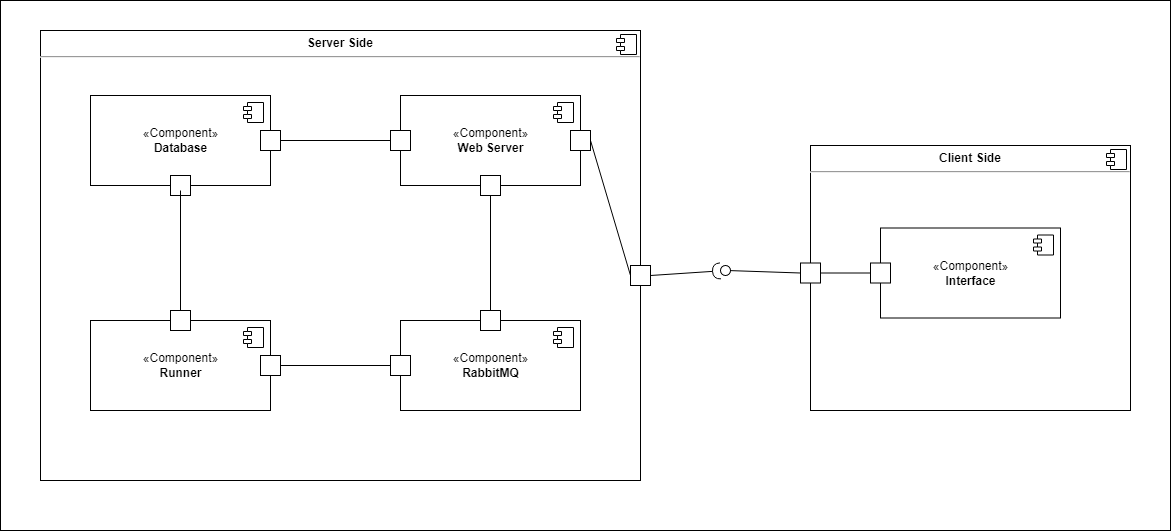
Before: resources/component.png, a diagram exported from draw.io (eshelukhina/HSE2022-MyHWProj). Source tidied: cells renumbered, new cells last; positions are measured from the earlier drawing's top-left corner, leaving out a move shared by most shapes.
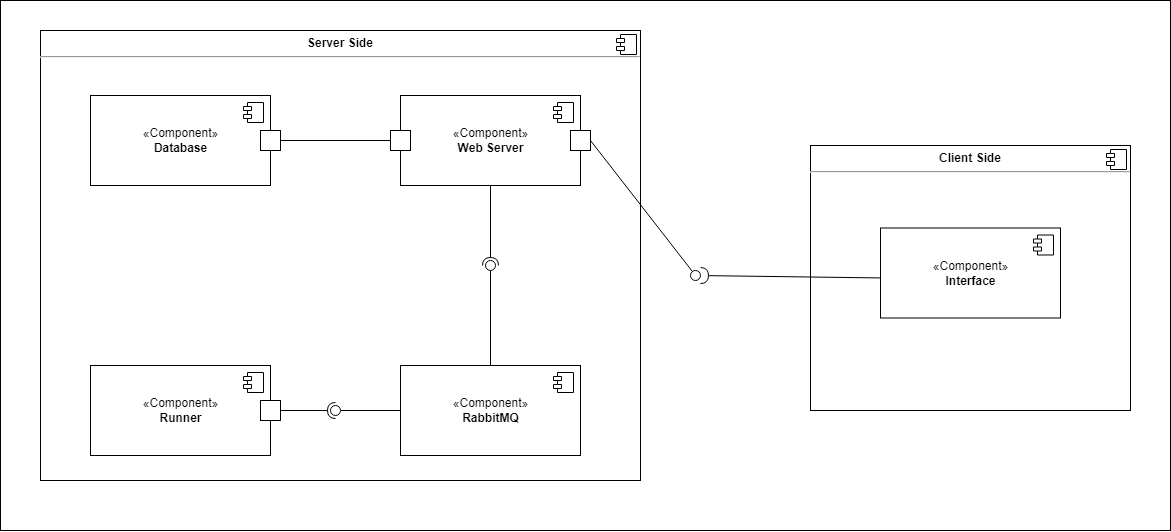
After the commit.

The edit, as a diff of the source:
```diff
@@ -5,137 +5,106 @@
     <mxCell id="2" style="rounded=0;whiteSpace=wrap;html=1;fontSize=34;" parent="1" vertex="1">
       <mxGeometry width="1170" height="530" as="geometry" />
     </mxCell>
-    <mxCell id="3" value="&lt;p style=&quot;margin:0px;margin-top:6px;text-align:center;&quot;&gt;&lt;b&gt;Client Side&lt;/b&gt;&lt;/p&gt;&lt;hr&gt;&lt;p style=&quot;margin:0px;margin-left:8px;&quot;&gt;&lt;br&gt;&lt;/p&gt;" style="align=left;overflow=fill;html=1;fontSize=12;" parent="1" vertex="1">
-      <mxGeometry x="810" y="145" width="320" height="265" as="geometry" />
+    <mxCell id="3" value="&lt;p style=&quot;margin:0px;margin-top:6px;text-align:center;&quot;&gt;&lt;b&gt;Server Side&lt;/b&gt;&lt;/p&gt;&lt;hr&gt;&lt;p style=&quot;margin:0px;margin-left:8px;&quot;&gt;&lt;br&gt;&lt;/p&gt;" style="align=left;overflow=fill;html=1;fontSize=12;" parent="1" vertex="1">
+      <mxGeometry x="40" y="30" width="600" height="450" as="geometry" />
     </mxCell>
     <mxCell id="4" style="shape=component;jettyWidth=8;jettyHeight=4;fontSize=12;" parent="3" vertex="1">
       <mxGeometry x="1" width="20" height="20" relative="1" as="geometry">
         <mxPoint x="-24" y="4" as="offset" />
       </mxGeometry>
     </mxCell>
-    <mxCell id="5" style="rounded=0;whiteSpace=wrap;html=1;fontSize=12;" parent="1" vertex="1">
-      <mxGeometry x="800" y="262.5" width="20" height="20" as="geometry" />
+    <mxCell id="5" value="&lt;p style=&quot;margin:0px;margin-top:6px;text-align:center;&quot;&gt;&lt;b&gt;Client Side&lt;/b&gt;&lt;/p&gt;&lt;hr&gt;&lt;p style=&quot;margin:0px;margin-left:8px;&quot;&gt;&lt;br&gt;&lt;/p&gt;" style="align=left;overflow=fill;html=1;fontSize=12;" parent="1" vertex="1">
+      <mxGeometry x="810" y="145" width="320" height="265" as="geometry" />
     </mxCell>
-    <mxCell id="6" style="rounded=0;jettySize=auto;html=1;endArrow=halfCircle;endFill=0;endSize=6;strokeWidth=1;sketch=0;fontSize=12;exitX=1;exitY=0.5;exitDx=0;exitDy=0;" parent="1" edge="1" source="30" target="21">
-      <mxGeometry relative="1" as="geometry" />
+    <mxCell id="6" style="shape=component;jettyWidth=8;jettyHeight=4;fontSize=12;" parent="5" vertex="1">
+      <mxGeometry x="1" width="20" height="20" relative="1" as="geometry">
+        <mxPoint x="-24" y="4" as="offset" />
+      </mxGeometry>
     </mxCell>
-    <mxCell id="7" style="rounded=0;jettySize=auto;html=1;endArrow=none;endFill=0;sketch=0;targetPerimeterSpacing=0;fontSize=12;exitX=0;exitY=0.5;exitDx=0;exitDy=0;startArrow=none;" parent="1" edge="1" source="21">
-      <mxGeometry relative="1" as="geometry">
-        <mxPoint x="730" y="270" as="targetPoint" />
-      </mxGeometry>
+    <mxCell id="7" value="«Component»&lt;br&gt;&lt;b&gt;Runner&lt;/b&gt;" style="html=1;fontSize=12;" parent="1" vertex="1">
+      <mxGeometry x="90" y="365" width="180" height="90" as="geometry" />
     </mxCell>
-    <mxCell id="8" style="whiteSpace=wrap;html=1;" parent="1" vertex="1">
-      <mxGeometry x="280" y="260" width="30" height="30" as="geometry" />
+    <mxCell id="8" style="shape=module;jettyWidth=8;jettyHeight=4;fontSize=12;" parent="7" vertex="1">
+      <mxGeometry x="1" width="20" height="20" relative="1" as="geometry">
+        <mxPoint x="-27" y="7" as="offset" />
+      </mxGeometry>
     </mxCell>
-    <mxCell id="9" value="&lt;p style=&quot;margin:0px;margin-top:6px;text-align:center;&quot;&gt;&lt;b&gt;Server Side&lt;/b&gt;&lt;/p&gt;&lt;hr&gt;&lt;p style=&quot;margin:0px;margin-left:8px;&quot;&gt;&lt;br&gt;&lt;/p&gt;" style="align=left;overflow=fill;html=1;fontSize=12;" parent="1" vertex="1">
-      <mxGeometry x="40" y="30" width="600" height="450" as="geometry" />
+    <mxCell id="9" value="«Component»&lt;br&gt;&lt;b&gt;Database&lt;/b&gt;" style="html=1;fontSize=12;" parent="1" vertex="1">
+      <mxGeometry x="90" y="95" width="180" height="90" as="geometry" />
     </mxCell>
-    <mxCell id="10" style="shape=component;jettyWidth=8;jettyHeight=4;fontSize=12;" parent="9" vertex="1">
+    <mxCell id="10" style="shape=module;jettyWidth=8;jettyHeight=4;fontSize=12;" parent="9" vertex="1">
       <mxGeometry x="1" width="20" height="20" relative="1" as="geometry">
-        <mxPoint x="-24" y="4" as="offset" />
+        <mxPoint x="-27" y="7" as="offset" />
       </mxGeometry>
     </mxCell>
-    <mxCell id="11" value="«Component»&lt;br&gt;&lt;b&gt;Runner&lt;/b&gt;" style="html=1;fontSize=12;" parent="1" vertex="1">
-      <mxGeometry x="90" y="320" width="180" height="90" as="geometry" />
+    <mxCell id="11" value="«Component»&lt;br&gt;&lt;b&gt;RabbitMQ&lt;/b&gt;" style="html=1;fontSize=12;" parent="1" vertex="1">
+      <mxGeometry x="400" y="365" width="180" height="90" as="geometry" />
     </mxCell>
     <mxCell id="12" style="shape=module;jettyWidth=8;jettyHeight=4;fontSize=12;" parent="11" vertex="1">
       <mxGeometry x="1" width="20" height="20" relative="1" as="geometry">
         <mxPoint x="-27" y="7" as="offset" />
       </mxGeometry>
     </mxCell>
-    <mxCell id="13" value="«Component»&lt;br&gt;&lt;b&gt;Database&lt;/b&gt;" style="html=1;fontSize=12;" parent="1" vertex="1">
-      <mxGeometry x="90" y="95" width="180" height="90" as="geometry" />
+    <mxCell id="13" value="«Component»&lt;br&gt;&lt;b&gt;Interface&lt;/b&gt;" style="html=1;fontSize=12;" parent="1" vertex="1">
+      <mxGeometry x="880" y="227.5" width="180" height="90" as="geometry" />
     </mxCell>
     <mxCell id="14" style="shape=module;jettyWidth=8;jettyHeight=4;fontSize=12;" parent="13" vertex="1">
       <mxGeometry x="1" width="20" height="20" relative="1" as="geometry">
         <mxPoint x="-27" y="7" as="offset" />
       </mxGeometry>
     </mxCell>
-    <mxCell id="15" value="«Component»&lt;br&gt;&lt;b&gt;RabbitMQ&lt;/b&gt;" style="html=1;fontSize=12;" parent="1" vertex="1">
-      <mxGeometry x="400" y="320" width="180" height="90" as="geometry" />
+    <mxCell id="15" value="«Component»&lt;br&gt;&lt;b&gt;Web Server&lt;/b&gt;" style="html=1;fontSize=12;" parent="1" vertex="1">
+      <mxGeometry x="400" y="95" width="180" height="90" as="geometry" />
     </mxCell>
     <mxCell id="16" style="shape=module;jettyWidth=8;jettyHeight=4;fontSize=12;" parent="15" vertex="1">
       <mxGeometry x="1" width="20" height="20" relative="1" as="geometry">
         <mxPoint x="-27" y="7" as="offset" />
       </mxGeometry>
     </mxCell>
-    <mxCell id="17" value="«Component»&lt;br&gt;&lt;b&gt;Interface&lt;/b&gt;" style="html=1;fontSize=12;" parent="1" vertex="1">
-      <mxGeometry x="880" y="227.5" width="180" height="90" as="geometry" />
+    <mxCell id="17" style="rounded=0;whiteSpace=wrap;html=1;fontSize=12;" parent="1" vertex="1">
+      <mxGeometry x="570" y="130" width="20" height="20" as="geometry" />
     </mxCell>
-    <mxCell id="18" style="shape=module;jettyWidth=8;jettyHeight=4;fontSize=12;" parent="17" vertex="1">
-      <mxGeometry x="1" width="20" height="20" relative="1" as="geometry">
-        <mxPoint x="-27" y="7" as="offset" />
-      </mxGeometry>
+    <mxCell id="18" style="rounded=0;whiteSpace=wrap;html=1;fontSize=12;" parent="1" vertex="1">
+      <mxGeometry x="390" y="130" width="20" height="20" as="geometry" />
     </mxCell>
-    <mxCell id="19" value="«Component»&lt;br&gt;&lt;b&gt;Web Server&lt;/b&gt;" style="html=1;fontSize=12;" parent="1" vertex="1">
-      <mxGeometry x="400" y="95" width="180" height="90" as="geometry" />
+    <mxCell id="19" style="rounded=0;whiteSpace=wrap;html=1;fontSize=12;" parent="1" vertex="1">
+      <mxGeometry x="260" y="400" width="20" height="20" as="geometry" />
     </mxCell>
-    <mxCell id="20" style="shape=module;jettyWidth=8;jettyHeight=4;fontSize=12;" parent="19" vertex="1">
-      <mxGeometry x="1" width="20" height="20" relative="1" as="geometry">
-        <mxPoint x="-27" y="7" as="offset" />
-      </mxGeometry>
+    <mxCell id="20" style="rounded=0;whiteSpace=wrap;html=1;fontSize=12;" parent="1" vertex="1">
+      <mxGeometry x="260" y="130" width="20" height="20" as="geometry" />
     </mxCell>
-    <mxCell id="21" style="ellipse;whiteSpace=wrap;html=1;align=center;points=[];outlineConnect=0;sketch=0;fontSize=12;rotation=45;" parent="1" vertex="1">
-      <mxGeometry x="720" y="265" width="10" height="10" as="geometry" />
+    <mxCell id="21" style="rounded=0;whiteSpace=wrap;html=1;fontSize=12;" parent="1" vertex="1">
+      <mxGeometry x="390" y="130" width="20" height="20" as="geometry" />
     </mxCell>
-    <mxCell id="22" style="rounded=0;jettySize=auto;html=1;endArrow=none;endFill=0;sketch=0;sourcePerimeterSpacing=0;fontSize=12;exitX=0;exitY=0.5;exitDx=0;exitDy=0;" parent="1" edge="1" source="5" target="21">
+    <mxCell id="22" style="rounded=0;jettySize=auto;html=1;endArrow=none;endFill=0;sketch=0;sourcePerimeterSpacing=0;fontSize=12;exitX=1;exitY=0.5;exitDx=0;exitDy=0;entryX=0;entryY=0.5;entryDx=0;entryDy=0;" parent="1" edge="1" source="20" target="21">
       <mxGeometry relative="1" as="geometry" />
     </mxCell>
-    <mxCell id="23" style="rounded=0;whiteSpace=wrap;html=1;fontSize=12;" parent="1" vertex="1">
-      <mxGeometry x="870" y="262.5" width="20" height="20" as="geometry" />
+    <mxCell id="23" style="rounded=0;jettySize=auto;html=1;endArrow=none;endFill=0;sketch=0;sourcePerimeterSpacing=0;targetPerimeterSpacing=0;exitX=0.5;exitY=0;exitDx=0;exitDy=0;" parent="1" edge="1" source="11" target="25">
+      <mxGeometry relative="1" as="geometry" />
     </mxCell>
-    <mxCell id="24" style="rounded=0;whiteSpace=wrap;html=1;fontSize=12;" parent="1" vertex="1">
-      <mxGeometry x="170" y="310" width="20" height="20" as="geometry" />
+    <mxCell id="24" style="rounded=0;jettySize=auto;html=1;endArrow=halfCircle;endFill=0;entryX=0.5;entryY=0.5;endSize=6;strokeWidth=1;sketch=0;exitX=0.5;exitY=1;exitDx=0;exitDy=0;" parent="1" edge="1" source="15" target="25">
+      <mxGeometry relative="1" as="geometry" />
     </mxCell>
-    <mxCell id="25" style="rounded=0;whiteSpace=wrap;html=1;fontSize=12;" parent="1" vertex="1">
-      <mxGeometry x="390" y="355" width="20" height="20" as="geometry" />
+    <mxCell id="25" style="ellipse;whiteSpace=wrap;html=1;align=center;points=[];outlineConnect=0;sketch=0;" parent="1" vertex="1">
+      <mxGeometry x="485" y="260" width="10" height="10" as="geometry" />
     </mxCell>
-    <mxCell id="26" style="rounded=0;whiteSpace=wrap;html=1;fontSize=12;" parent="1" vertex="1">
-      <mxGeometry x="570" y="130" width="20" height="20" as="geometry" />
+    <mxCell id="26" style="rounded=0;jettySize=auto;html=1;endArrow=none;endFill=0;sketch=0;sourcePerimeterSpacing=0;targetPerimeterSpacing=0;exitX=0;exitY=0.5;exitDx=0;exitDy=0;" parent="1" edge="1" source="11" target="28">
+      <mxGeometry relative="1" as="geometry" />
     </mxCell>
-    <mxCell id="27" style="rounded=0;whiteSpace=wrap;html=1;fontSize=12;" parent="1" vertex="1">
-      <mxGeometry x="390" y="130" width="20" height="20" as="geometry" />
+    <mxCell id="27" style="rounded=0;jettySize=auto;html=1;endArrow=halfCircle;endFill=0;entryX=0.5;entryY=0.5;endSize=6;strokeWidth=1;sketch=0;exitX=1;exitY=0.5;exitDx=0;exitDy=0;" parent="1" edge="1" source="19" target="28">
+      <mxGeometry relative="1" as="geometry" />
     </mxCell>
-    <mxCell id="28" style="rounded=0;whiteSpace=wrap;html=1;fontSize=12;" parent="1" vertex="1">
-      <mxGeometry x="170" y="175" width="20" height="20" as="geometry" />
+    <mxCell id="28" style="ellipse;whiteSpace=wrap;html=1;align=center;points=[];outlineConnect=0;sketch=0;" parent="1" vertex="1">
+      <mxGeometry x="330" y="405" width="10" height="10" as="geometry" />
     </mxCell>
-    <mxCell id="29" style="rounded=0;whiteSpace=wrap;html=1;fontSize=12;" parent="1" vertex="1">
-      <mxGeometry x="260" y="355" width="20" height="20" as="geometry" />
+    <mxCell id="29" style="rounded=0;jettySize=auto;html=1;endArrow=none;endFill=0;sketch=0;sourcePerimeterSpacing=0;targetPerimeterSpacing=0;exitX=1;exitY=0.5;exitDx=0;exitDy=0;" parent="1" edge="1" source="17" target="31">
+      <mxGeometry relative="1" as="geometry" />
     </mxCell>
-    <mxCell id="30" style="rounded=0;whiteSpace=wrap;html=1;fontSize=12;" parent="1" vertex="1">
-      <mxGeometry x="630" y="265" width="20" height="20" as="geometry" />
+    <mxCell id="30" style="rounded=0;jettySize=auto;html=1;endArrow=halfCircle;endFill=0;endSize=6;strokeWidth=1;sketch=0;exitX=0;exitY=0.555;exitDx=0;exitDy=0;exitPerimeter=0;" parent="1" edge="1" source="13" target="31">
+      <mxGeometry relative="1" as="geometry" />
     </mxCell>
-    <mxCell id="31" style="rounded=0;whiteSpace=wrap;html=1;fontSize=12;" parent="1" vertex="1">
-      <mxGeometry x="260" y="130" width="20" height="20" as="geometry" />
+    <mxCell id="31" style="ellipse;whiteSpace=wrap;html=1;align=center;points=[];outlineConnect=0;sketch=0;" parent="1" vertex="1">
+      <mxGeometry x="690" y="270" width="10" height="10" as="geometry" />
     </mxCell>
-    <mxCell id="32" style="rounded=0;jettySize=auto;html=1;endArrow=none;endFill=0;sketch=0;sourcePerimeterSpacing=0;fontSize=12;exitX=0;exitY=0.5;exitDx=0;exitDy=0;entryX=1;entryY=0.5;entryDx=0;entryDy=0;" parent="1" edge="1" source="23" target="5">
-      <mxGeometry relative="1" as="geometry" />
-    </mxCell>
-    <mxCell id="33" style="rounded=0;jettySize=auto;html=1;endArrow=none;endFill=0;sketch=0;sourcePerimeterSpacing=0;fontSize=12;exitX=1;exitY=0.5;exitDx=0;exitDy=0;entryX=0;entryY=0.5;entryDx=0;entryDy=0;" parent="1" edge="1" source="26" target="30">
-      <mxGeometry relative="1" as="geometry" />
-    </mxCell>
-    <mxCell id="34" style="rounded=0;jettySize=auto;html=1;endArrow=none;endFill=0;sketch=0;sourcePerimeterSpacing=0;fontSize=12;exitX=0.5;exitY=0;exitDx=0;exitDy=0;entryX=0.5;entryY=1;entryDx=0;entryDy=0;" parent="1" edge="1" source="36" target="37">
-      <mxGeometry relative="1" as="geometry" />
-    </mxCell>
-    <mxCell id="35" style="rounded=0;whiteSpace=wrap;html=1;fontSize=12;" parent="1" vertex="1">
-      <mxGeometry x="390" y="130" width="20" height="20" as="geometry" />
-    </mxCell>
-    <mxCell id="36" style="rounded=0;whiteSpace=wrap;html=1;fontSize=12;" parent="1" vertex="1">
-      <mxGeometry x="480" y="310" width="20" height="20" as="geometry" />
-    </mxCell>
-    <mxCell id="37" style="rounded=0;whiteSpace=wrap;html=1;fontSize=12;" parent="1" vertex="1">
-      <mxGeometry x="480" y="175" width="20" height="20" as="geometry" />
-    </mxCell>
-    <mxCell id="38" style="rounded=0;jettySize=auto;html=1;endArrow=none;endFill=0;sketch=0;sourcePerimeterSpacing=0;fontSize=12;exitX=1;exitY=0.5;exitDx=0;exitDy=0;entryX=0;entryY=0.5;entryDx=0;entryDy=0;" parent="1" edge="1" source="29" target="25">
-      <mxGeometry relative="1" as="geometry" />
-    </mxCell>
-    <mxCell id="39" style="rounded=0;jettySize=auto;html=1;endArrow=none;endFill=0;sketch=0;sourcePerimeterSpacing=0;fontSize=12;exitX=0.5;exitY=0;exitDx=0;exitDy=0;" parent="1" edge="1" source="24">
-      <mxGeometry relative="1" as="geometry">
-        <mxPoint x="180" y="190" as="targetPoint" />
-      </mxGeometry>
-    </mxCell>
-    <mxCell id="40" style="rounded=0;jettySize=auto;html=1;endArrow=none;endFill=0;sketch=0;sourcePerimeterSpacing=0;fontSize=12;exitX=1;exitY=0.5;exitDx=0;exitDy=0;entryX=0;entryY=0.5;entryDx=0;entryDy=0;" parent="1" edge="1" source="31" target="35">
-      <mxGeometry relative="1" as="geometry" />
-    </mxCell>
   </root>
 </mxGraphModel>
```
